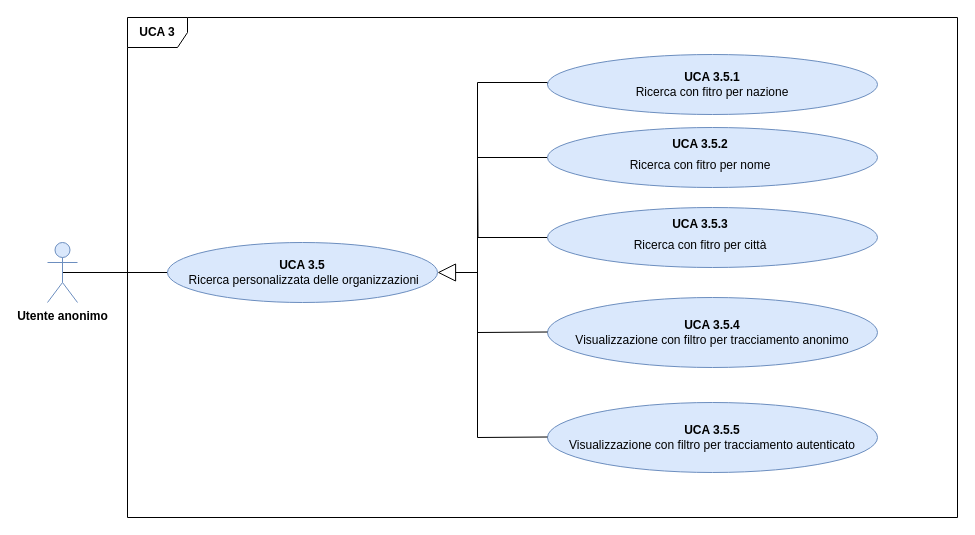
Above: DocumentazioneEsterna/AnalisiDeiRequisiti/Sezioni/UseCase/draw.io/UC APP/UCA3.5.drawio in qb-team/Stalker-Documentazione (draw.io), before the change. Source tidied: cells renumbered, new cells numbered last; positions are measured from the earlier drawing's top-left corner, leaving out a move shared by most shapes. Both pictures are drawn from the tidied source at 100%, with x=0, y=0 at pixel (47, 17).
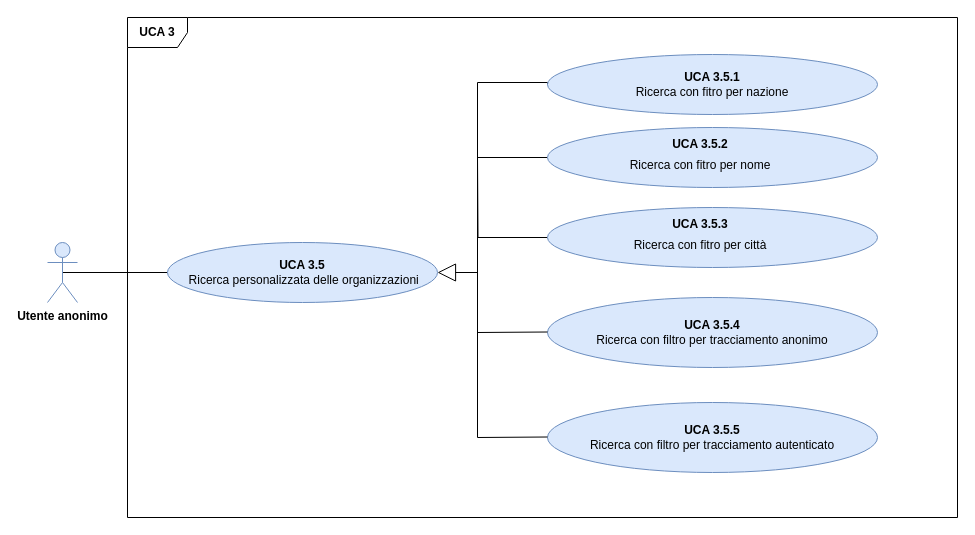
The same page after the edit.

The edit, as a diff of the source:
```diff
@@
-    <mxCell id="11" value="&lt;span style=&quot;line-height: 107% ; font-size: 12px&quot;&gt;&lt;font style=&quot;font-size: 12px&quot;&gt;&lt;b&gt;UCA 3.5.4&lt;/b&gt;&lt;br&gt;Visualizzazione con filtro per tracciamento anonimo&lt;/font&gt;&lt;/span&gt;" style="ellipse;whiteSpace=wrap;html=1;fillColor=#dae8fc;strokeColor=#6c8ebf;fontFamily=Helvetica;fontSize=12;" parent="1" vertex="1">
+    <mxCell id="11" value="&lt;span style=&quot;line-height: 107% ; font-size: 12px&quot;&gt;&lt;font style=&quot;font-size: 12px&quot;&gt;&lt;b&gt;UCA 3.5.4&lt;/b&gt;&lt;br&gt;Ricerca con filtro per tracciamento anonimo&lt;/font&gt;&lt;/span&gt;" style="ellipse;whiteSpace=wrap;html=1;fillColor=#dae8fc;strokeColor=#6c8ebf;fontFamily=Helvetica;fontSize=12;" parent="1" vertex="1">
       <mxGeometry x="500" y="280" width="330" height="70" as="geometry" />
     </mxCell>
-    <mxCell id="12" value="&lt;span style=&quot;line-height: 107% ; font-size: 12px&quot;&gt;&lt;font style=&quot;font-size: 12px&quot;&gt;&lt;b&gt;UCA 3.5.5&lt;/b&gt;&lt;br&gt;&lt;span style=&quot;line-height: 107% ; font-size: 12px&quot;&gt;Visualizzazione con filtro per tracciamento autenticato&lt;/span&gt;&lt;/font&gt;&lt;br style=&quot;font-size: 12px&quot;&gt;&lt;/span&gt;" style="ellipse;whiteSpace=wrap;html=1;fillColor=#dae8fc;strokeColor=#6c8ebf;fontFamily=Helvetica;fontSize=12;" parent="1" vertex="1">
+    <mxCell id="12" value="&lt;span style=&quot;line-height: 107% ; font-size: 12px&quot;&gt;&lt;font style=&quot;font-size: 12px&quot;&gt;&lt;b&gt;UCA 3.5.5&lt;/b&gt;&lt;br&gt;&lt;span style=&quot;line-height: 107% ; font-size: 12px&quot;&gt;Ricerca con filtro per tracciamento autenticato&lt;/span&gt;&lt;/font&gt;&lt;br style=&quot;font-size: 12px&quot;&gt;&lt;/span&gt;" style="ellipse;whiteSpace=wrap;html=1;fillColor=#dae8fc;strokeColor=#6c8ebf;fontFamily=Helvetica;fontSize=12;" parent="1" vertex="1">
       <mxGeometry x="500" y="385" width="330" height="70" as="geometry" />
     </mxCell>
```
